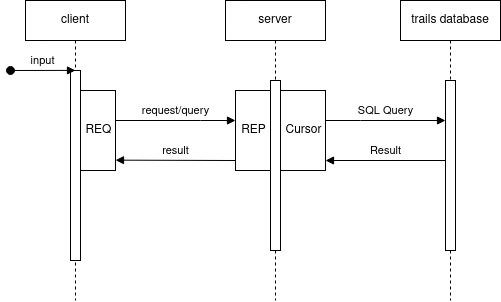
Before: lib/sequence.png, a diagram exported from draw.io (onichmath/cs361). Source tidied: cells renumbered, new cells last; positions are measured from the earlier drawing's top-left corner, leaving out a move shared by most shapes. Source of this version:
```xml
<mxGraphModel background="#ffffff">
  <root>
    <mxCell id="0" />
    <mxCell id="1" parent="0" />
    <mxCell id="2" value="client" style="shape=umlLifeline;perimeter=lifelinePerimeter;whiteSpace=wrap;html=1;newEdgeStyle={&quot;edgeStyle&quot;:&quot;elbowEdgeStyle&quot;,&quot;elbow&quot;:&quot;vertical&quot;,&quot;curved&quot;:0,&quot;rounded&quot;:0};" parent="1" vertex="1">
      <mxGeometry x="15" width="100" height="300" as="geometry" />
    </mxCell>
    <mxCell id="3" style="html=1;points=[];perimeter=orthogonalPerimeter;outlineConnect=0;targetShapes=umlLifeline;portConstraint=eastwest;newEdgeStyle={&quot;edgeStyle&quot;:&quot;elbowEdgeStyle&quot;,&quot;elbow&quot;:&quot;vertical&quot;,&quot;curved&quot;:0,&quot;rounded&quot;:0};" parent="2" vertex="1">
      <mxGeometry x="45" y="70" width="10" height="190" as="geometry" />
    </mxCell>
    <mxCell id="4" value="input" style="html=1;verticalAlign=bottom;startArrow=oval;endArrow=block;startSize=8;edgeStyle=elbowEdgeStyle;elbow=vertical;curved=0;rounded=0;" parent="2" edge="1" target="3">
      <mxGeometry relative="1" as="geometry">
        <mxPoint x="-15" y="70" as="sourcePoint" />
      </mxGeometry>
    </mxCell>
    <mxCell id="5" value="REQ" style="html=1;perimeter=orthogonalPerimeter;targetShapes=umlLifeline;newEdgeStyle={&quot;edgeStyle&quot;:&quot;elbowEdgeStyle&quot;,&quot;elbow&quot;:&quot;vertical&quot;,&quot;curved&quot;:0,&quot;rounded&quot;:0};" parent="2" vertex="1">
      <mxGeometry x="55" y="90" width="35" height="80" as="geometry" />
    </mxCell>
    <mxCell id="6" value="server" style="shape=umlLifeline;perimeter=lifelinePerimeter;whiteSpace=wrap;html=1;newEdgeStyle={&quot;edgeStyle&quot;:&quot;elbowEdgeStyle&quot;,&quot;elbow&quot;:&quot;vertical&quot;,&quot;curved&quot;:0,&quot;rounded&quot;:0};" parent="1" vertex="1">
      <mxGeometry x="215" width="100" height="300" as="geometry" />
    </mxCell>
    <mxCell id="7" style="html=1;perimeter=orthogonalPerimeter;targetShapes=umlLifeline;newEdgeStyle={&quot;edgeStyle&quot;:&quot;elbowEdgeStyle&quot;,&quot;elbow&quot;:&quot;vertical&quot;,&quot;curved&quot;:0,&quot;rounded&quot;:0};" parent="6" vertex="1">
      <mxGeometry x="45" y="80" width="10" height="170" as="geometry" />
    </mxCell>
    <mxCell id="8" value="REP" style="html=1;points=[];perimeter=orthogonalPerimeter;outlineConnect=0;targetShapes=umlLifeline;portConstraint=eastwest;newEdgeStyle={&quot;edgeStyle&quot;:&quot;elbowEdgeStyle&quot;,&quot;elbow&quot;:&quot;vertical&quot;,&quot;curved&quot;:0,&quot;rounded&quot;:0};" parent="6" vertex="1">
      <mxGeometry x="10" y="90" width="35" height="80" as="geometry" />
    </mxCell>
    <mxCell id="9" value="Cursor" style="html=1;perimeter=orthogonalPerimeter;targetShapes=umlLifeline;newEdgeStyle={&quot;edgeStyle&quot;:&quot;elbowEdgeStyle&quot;,&quot;elbow&quot;:&quot;vertical&quot;,&quot;curved&quot;:0,&quot;rounded&quot;:0};" parent="6" vertex="1">
      <mxGeometry x="55" y="90" width="45" height="80" as="geometry" />
    </mxCell>
    <mxCell id="10" value="request/query" style="html=1;verticalAlign=bottom;endArrow=block;edgeStyle=elbowEdgeStyle;elbow=vertical;curved=0;rounded=0;" parent="1" edge="1" target="8">
      <mxGeometry relative="1" as="geometry">
        <mxPoint x="105" y="120" as="sourcePoint" />
        <Array as="points">
          <mxPoint x="190" y="120" />
        </Array>
      </mxGeometry>
    </mxCell>
    <mxCell id="11" value="result" style="html=1;verticalAlign=bottom;endArrow=block;edgeStyle=elbowEdgeStyle;elbow=vertical;curved=0;rounded=0;" parent="1" edge="1">
      <mxGeometry relative="1" as="geometry">
        <mxPoint x="225" y="160" as="sourcePoint" />
        <mxPoint x="105" y="159.7" as="targetPoint" />
        <Array as="points">
          <mxPoint x="195" y="159.7" />
        </Array>
      </mxGeometry>
    </mxCell>
    <mxCell id="12" value="trails database" style="shape=umlLifeline;perimeter=lifelinePerimeter;whiteSpace=wrap;html=1;newEdgeStyle={&quot;edgeStyle&quot;:&quot;elbowEdgeStyle&quot;,&quot;elbow&quot;:&quot;vertical&quot;,&quot;curved&quot;:0,&quot;rounded&quot;:0};" parent="1" vertex="1">
      <mxGeometry x="390" width="100" height="300" as="geometry" />
    </mxCell>
    <mxCell id="13" style="html=1;points=[];perimeter=orthogonalPerimeter;outlineConnect=0;targetShapes=umlLifeline;portConstraint=eastwest;newEdgeStyle={&quot;edgeStyle&quot;:&quot;elbowEdgeStyle&quot;,&quot;elbow&quot;:&quot;vertical&quot;,&quot;curved&quot;:0,&quot;rounded&quot;:0};" parent="12" vertex="1">
      <mxGeometry x="45" y="80" width="10" height="170" as="geometry" />
    </mxCell>
    <mxCell id="14" value="Result" style="html=1;verticalAlign=bottom;endArrow=block;edgeStyle=elbowEdgeStyle;elbow=vertical;curved=0;rounded=0;" parent="1" edge="1" source="13">
      <mxGeometry relative="1" as="geometry">
        <mxPoint x="315" y="160" as="targetPoint" />
        <Array as="points">
          <mxPoint x="315" y="160" />
          <mxPoint x="360" y="160" />
        </Array>
      </mxGeometry>
    </mxCell>
    <mxCell id="15" value="SQL Query" style="html=1;verticalAlign=bottom;endArrow=block;edgeStyle=elbowEdgeStyle;elbow=vertical;curved=0;rounded=0;" parent="1" edge="1" target="13">
      <mxGeometry relative="1" as="geometry">
        <mxPoint x="315" y="120" as="sourcePoint" />
        <Array as="points">
          <mxPoint x="350" y="120" />
        </Array>
      </mxGeometry>
    </mxCell>
  </root>
</mxGraphModel>
```
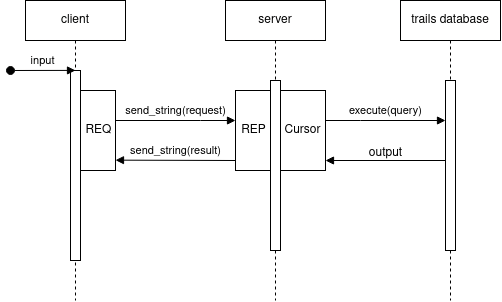
The same file after the commit.

Commit message:
changed uml diagram

Diff of the diagram source:
```diff
@@ -28,7 +28,7 @@
     <mxCell id="9" value="Cursor" style="html=1;perimeter=orthogonalPerimeter;targetShapes=umlLifeline;newEdgeStyle={&quot;edgeStyle&quot;:&quot;elbowEdgeStyle&quot;,&quot;elbow&quot;:&quot;vertical&quot;,&quot;curved&quot;:0,&quot;rounded&quot;:0};" parent="6" vertex="1">
       <mxGeometry x="55" y="90" width="45" height="80" as="geometry" />
     </mxCell>
-    <mxCell id="10" value="request/query" style="html=1;verticalAlign=bottom;endArrow=block;edgeStyle=elbowEdgeStyle;elbow=vertical;curved=0;rounded=0;" parent="1" edge="1" target="8">
+    <mxCell id="10" value="send_string(request)" style="html=1;verticalAlign=bottom;endArrow=block;edgeStyle=elbowEdgeStyle;elbow=vertical;curved=0;rounded=0;" parent="1" edge="1" target="8">
       <mxGeometry relative="1" as="geometry">
         <mxPoint x="105" y="120" as="sourcePoint" />
         <Array as="points">
@@ -36,8 +36,8 @@
         </Array>
       </mxGeometry>
     </mxCell>
-    <mxCell id="11" value="result" style="html=1;verticalAlign=bottom;endArrow=block;edgeStyle=elbowEdgeStyle;elbow=vertical;curved=0;rounded=0;" parent="1" edge="1">
-      <mxGeometry relative="1" as="geometry">
+    <mxCell id="11" value="send_string(result)" style="html=1;verticalAlign=bottom;endArrow=block;edgeStyle=elbowEdgeStyle;elbow=vertical;curved=0;rounded=0;" parent="1" edge="1">
+      <mxGeometry x="0.01" relative="1" as="geometry">
         <mxPoint x="225" y="160" as="sourcePoint" />
         <mxPoint x="105" y="159.7" as="targetPoint" />
         <Array as="points">
@@ -51,7 +51,7 @@
     <mxCell id="13" style="html=1;points=[];perimeter=orthogonalPerimeter;outlineConnect=0;targetShapes=umlLifeline;portConstraint=eastwest;newEdgeStyle={&quot;edgeStyle&quot;:&quot;elbowEdgeStyle&quot;,&quot;elbow&quot;:&quot;vertical&quot;,&quot;curved&quot;:0,&quot;rounded&quot;:0};" parent="12" vertex="1">
       <mxGeometry x="45" y="80" width="10" height="170" as="geometry" />
     </mxCell>
-    <mxCell id="14" value="Result" style="html=1;verticalAlign=bottom;endArrow=block;edgeStyle=elbowEdgeStyle;elbow=vertical;curved=0;rounded=0;" parent="1" edge="1" source="13">
+    <mxCell id="14" style="html=1;verticalAlign=bottom;endArrow=block;edgeStyle=elbowEdgeStyle;elbow=vertical;curved=0;rounded=0;" parent="1" edge="1" source="13">
       <mxGeometry relative="1" as="geometry">
         <mxPoint x="315" y="160" as="targetPoint" />
         <Array as="points">
@@ -60,7 +60,7 @@
         </Array>
       </mxGeometry>
     </mxCell>
-    <mxCell id="15" value="SQL Query" style="html=1;verticalAlign=bottom;endArrow=block;edgeStyle=elbowEdgeStyle;elbow=vertical;curved=0;rounded=0;" parent="1" edge="1" target="13">
+    <mxCell id="15" value="execute(query)" style="html=1;verticalAlign=bottom;endArrow=block;edgeStyle=elbowEdgeStyle;elbow=vertical;curved=0;rounded=0;" parent="1" edge="1" target="13">
       <mxGeometry relative="1" as="geometry">
         <mxPoint x="315" y="120" as="sourcePoint" />
         <Array as="points">
@@ -68,5 +68,8 @@
         </Array>
       </mxGeometry>
     </mxCell>
+    <mxCell id="16" value="output" style="text;html=1;align=center;verticalAlign=middle;strokeColor=none;fillColor=none;" parent="1" vertex="1">
+      <mxGeometry x="345" y="138" width="60" height="30" as="geometry" />
+    </mxCell>
   </root>
 </mxGraphModel>
```
